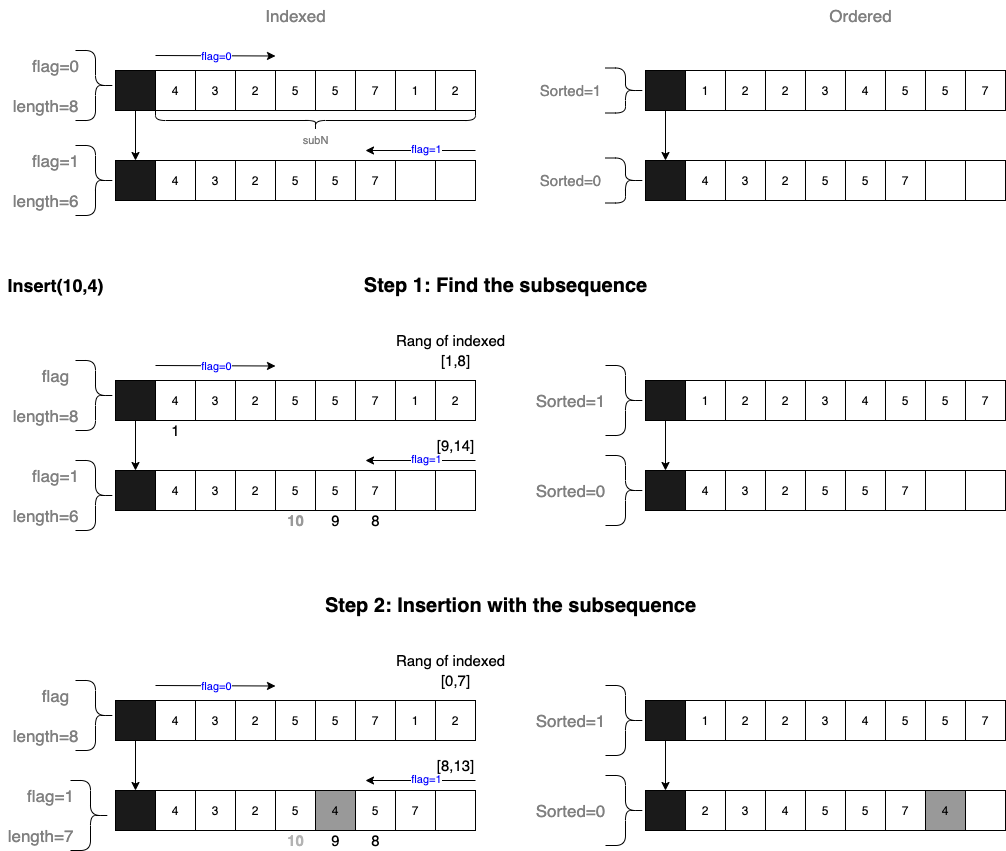
stevengogogo/DSA-KLeastElement keeps this draw.io diagram as img/insert.png. Above is the earlier version. Source tidied: cells renumbered, new cells last; positions are measured from the earlier drawing's top-left corner, leaving out a move shared by most shapes.
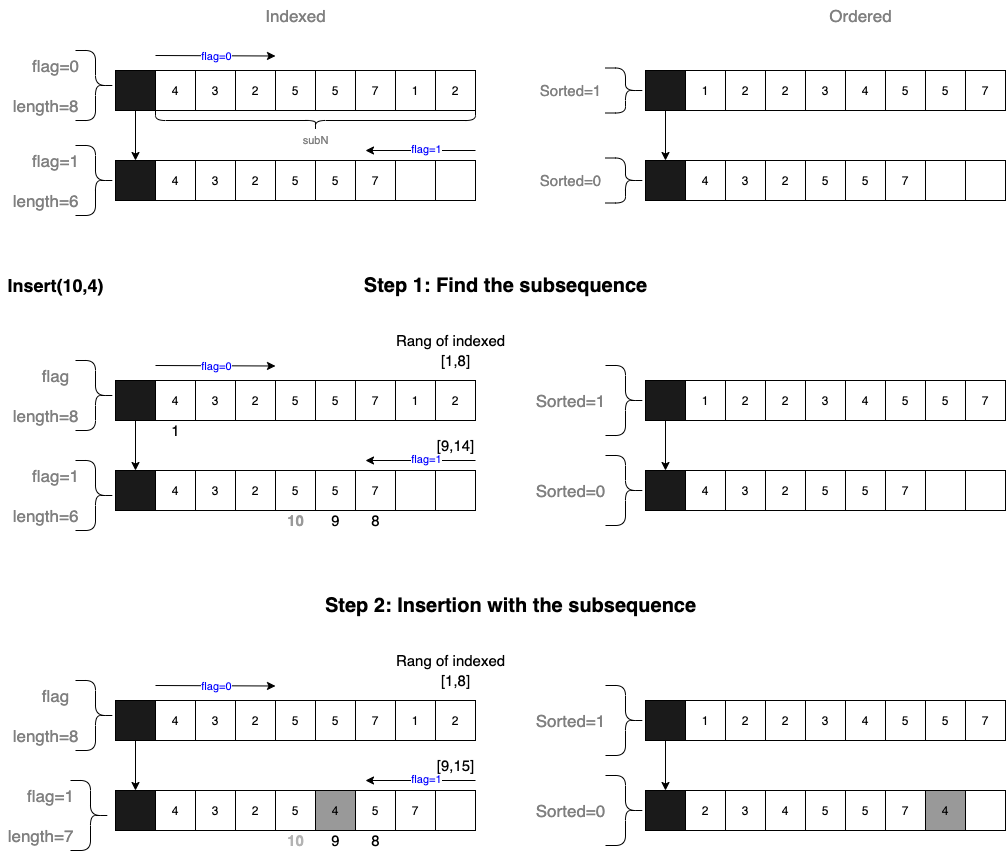
The same diagram one commit later.

The edit, as a diff of the source:
```diff
@@ -539,10 +539,10 @@
     <mxCell id="172" style="whiteSpace=wrap;html=1;" parent="1" vertex="1">
       <mxGeometry x="965" y="830" width="40" height="40" as="geometry" />
     </mxCell>
-    <mxCell id="173" value="[0,7]" style="text;html=1;align=center;verticalAlign=middle;strokeColor=none;fontSize=15;" parent="1" vertex="1">
+    <mxCell id="173" value="[1,8]" style="text;html=1;align=center;verticalAlign=middle;strokeColor=none;fontSize=15;" parent="1" vertex="1">
       <mxGeometry x="435" y="710" width="40" height="20" as="geometry" />
     </mxCell>
-    <mxCell id="174" value="[8,13]" style="text;html=1;align=center;verticalAlign=middle;strokeColor=none;fontSize=15;" parent="1" vertex="1">
+    <mxCell id="174" value="[9,15]" style="text;html=1;align=center;verticalAlign=middle;strokeColor=none;fontSize=15;" parent="1" vertex="1">
       <mxGeometry x="430" y="795" width="50" height="20" as="geometry" />
     </mxCell>
     <mxCell id="175" value="Rang of indexed" style="text;html=1;align=center;verticalAlign=middle;strokeColor=none;fontSize=15;" parent="1" vertex="1">
```
